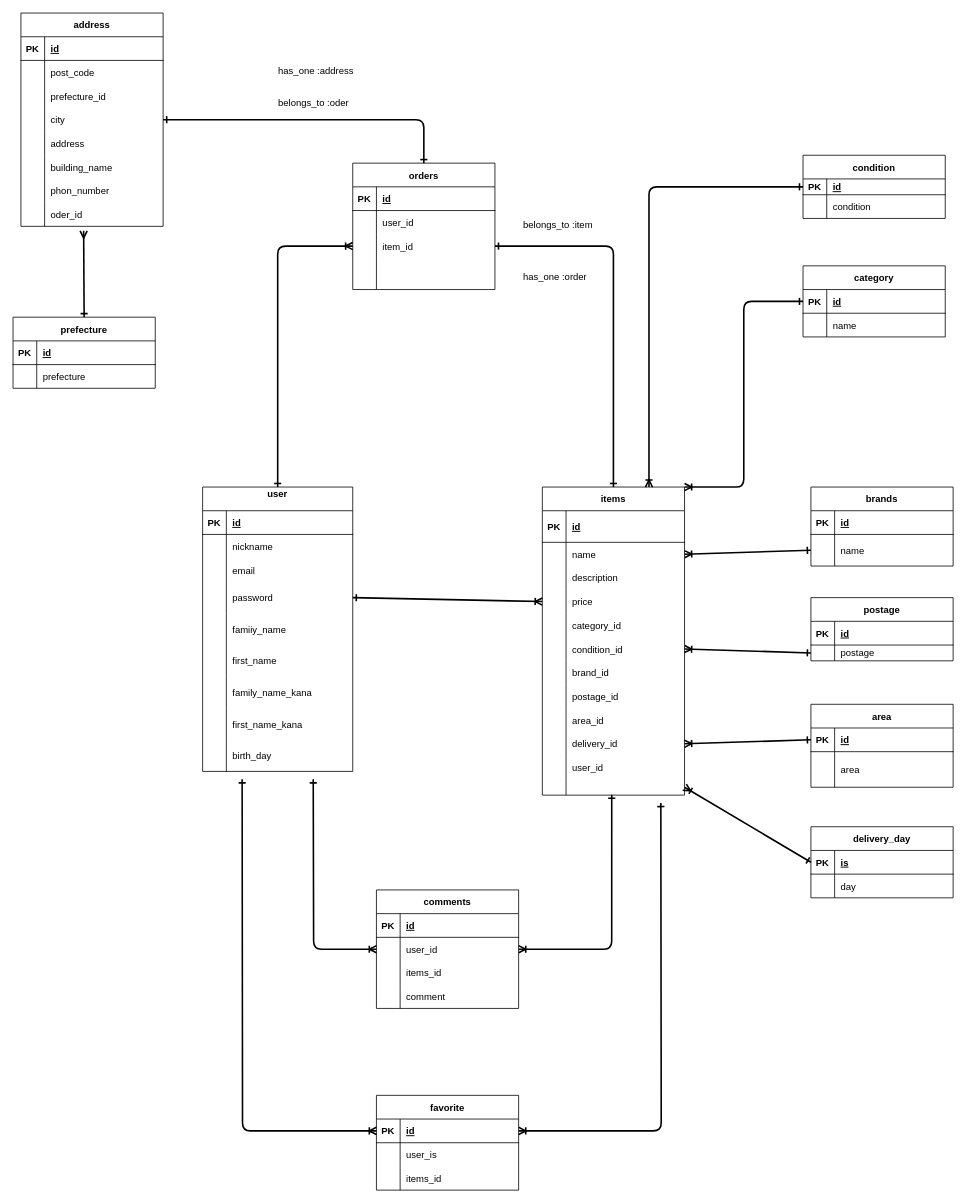
kenzamu/furima-38977 keeps this draw.io diagram as test.dio. Above is the earlier version. Source tidied: cells renumbered, new cells numbered last; positions are measured from the earlier drawing's top-left corner, leaving out a move shared by most shapes. Both pictures are drawn from the tidied source at 79%, with x=0, y=0 at pixel (13, 13).
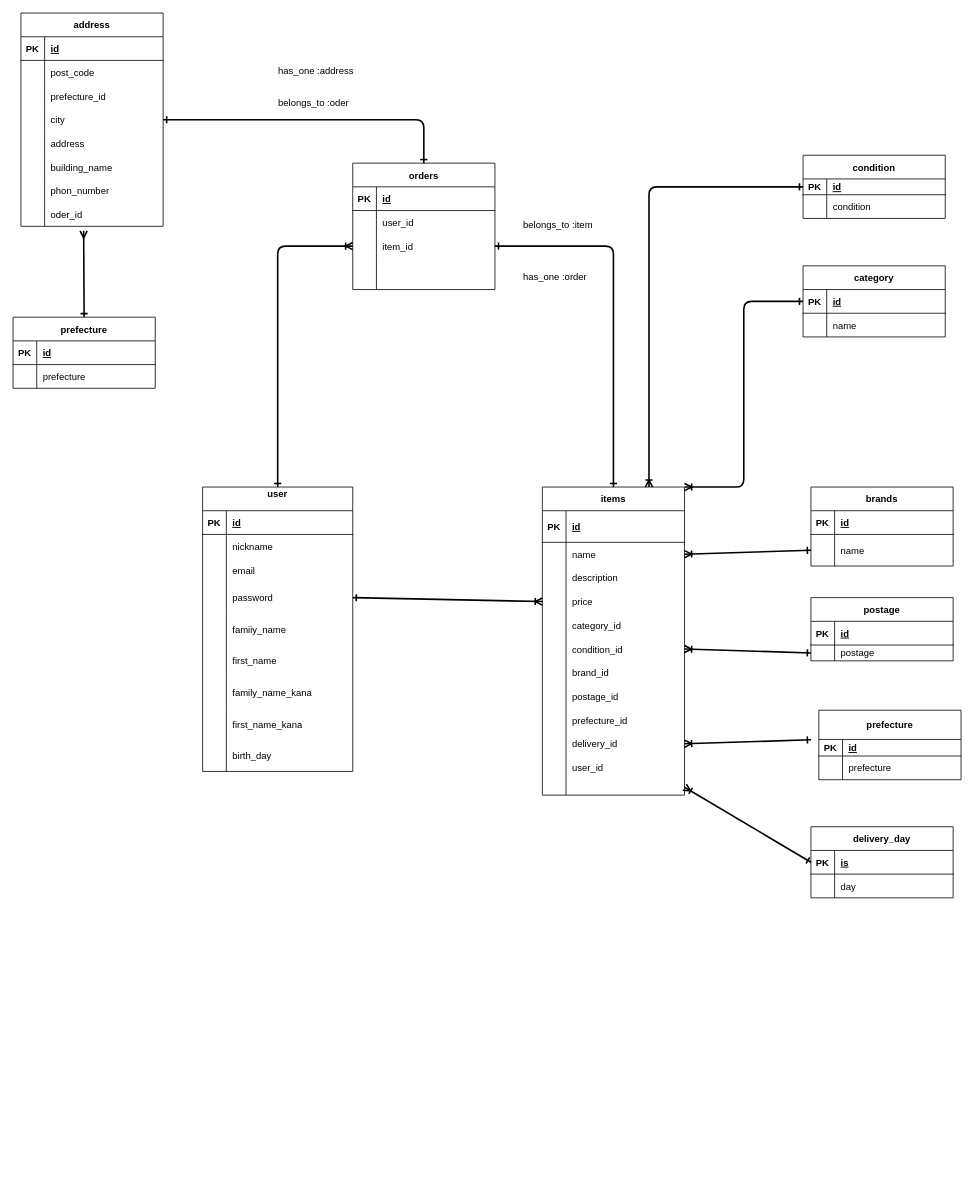
The same page after the edit.

Unchanged cells that the change refers to:
```xml
<mxCell id="56" style="shape=tableRow;horizontal=0;startSize=0;swimlaneHead=0;swimlaneBody=0;fillColor=none;top=0;left=0;right=0;bottom=0;" parent="31" vertex="1">
  <mxGeometry y="280" width="180" height="30" as="geometry" />
</mxCell>
<mxCell id="59" style="shape=tableRow;horizontal=0;startSize=0;swimlaneHead=0;swimlaneBody=0;fillColor=none;points=[[0,0.5],[1,0.5]];portConstraint=eastwest;top=0;left=0;right=0;bottom=0;" parent="31" vertex="1">
  <mxGeometry y="310" width="180" height="30" as="geometry" />
</mxCell>
<mxCell id="65" style="shape=tableRow;horizontal=0;startSize=0;swimlaneHead=0;swimlaneBody=0;fillColor=none;points=[[0,0.5],[1,0.5]];portConstraint=eastwest;top=0;left=0;right=0;bottom=0;" parent="31" vertex="1">
  <mxGeometry y="370" width="180" height="20" as="geometry" />
</mxCell>
```

Change to the diagram source:
```diff
@@
-    <mxCell id="58" value="area_id" style="shape=partialRectangle;fillColor=none;top=0;left=0;bottom=0;right=0;align=left;spacingLeft=6;overflow=hidden;" parent="56" vertex="1">
+    <mxCell id="58" value="prefecture_id" style="shape=partialRectangle;fillColor=none;top=0;left=0;bottom=0;right=0;align=left;spacingLeft=6;overflow=hidden;" parent="56" vertex="1">
       <mxGeometry x="30" width="150" height="30" as="geometry" />
     </mxCell>
@@
-    <mxCell id="120" value="comments" style="shape=table;startSize=30;childLayout=tableLayout;rowLines=0;fontStyle=1;align=center;" parent="1" vertex="1">
-      <mxGeometry x="460" y="1110" width="180" height="150" as="geometry" />
-    </mxCell>
-    <mxCell id="121" style="shape=tableRow;horizontal=0;startSize=0;swimlaneHead=0;swimlaneBody=0;fillColor=none;top=0;left=0;right=0;bottom=1;" parent="120" vertex="1">
-      <mxGeometry y="30" width="180" height="30" as="geometry" />
-    </mxCell>
-    <mxCell id="122" value="PK" style="shape=partialRectangle;fillColor=none;top=0;left=0;bottom=0;right=0;fontStyle=1;overflow=hidden;" parent="121" vertex="1">
-      <mxGeometry width="30" height="30" as="geometry" />
-    </mxCell>
-    <mxCell id="123" value="id" style="shape=partialRectangle;fillColor=none;top=0;left=0;bottom=0;right=0;align=left;spacingLeft=6;fontStyle=5;overflow=hidden;" parent="121" vertex="1">
-      <mxGeometry x="30" width="150" height="30" as="geometry" />
-    </mxCell>
-    <mxCell id="124" style="shape=tableRow;horizontal=0;startSize=0;swimlaneHead=0;swimlaneBody=0;fillColor=none;points=[[0,0.5],[1,0.5]];portConstraint=eastwest;top=0;left=0;right=0;bottom=0;" parent="120" vertex="1">
-      <mxGeometry y="60" width="180" height="30" as="geometry" />
-    </mxCell>
-    <mxCell id="125" style="shape=partialRectangle;fillColor=none;top=0;left=0;bottom=0;right=0;overflow=hidden;" parent="124" vertex="1">
-      <mxGeometry width="30" height="30" as="geometry" />
-    </mxCell>
-    <mxCell id="126" value="user_id" style="shape=partialRectangle;fillColor=none;top=0;left=0;bottom=0;right=0;align=left;spacingLeft=6;overflow=hidden;" parent="124" vertex="1">
-      <mxGeometry x="30" width="150" height="30" as="geometry" />
-    </mxCell>
-    <mxCell id="127" style="shape=tableRow;horizontal=0;startSize=0;swimlaneHead=0;swimlaneBody=0;fillColor=none;top=0;left=0;right=0;bottom=0;" parent="120" vertex="1">
-      <mxGeometry y="90" width="180" height="30" as="geometry" />
-    </mxCell>
-    <mxCell id="128" style="shape=partialRectangle;fillColor=none;top=0;left=0;bottom=0;right=0;overflow=hidden;" parent="127" vertex="1">
-      <mxGeometry width="30" height="30" as="geometry" />
-    </mxCell>
-    <mxCell id="129" value="items_id" style="shape=partialRectangle;fillColor=none;top=0;left=0;bottom=0;right=0;align=left;spacingLeft=6;overflow=hidden;" parent="127" vertex="1">
-      <mxGeometry x="30" width="150" height="30" as="geometry" />
-    </mxCell>
-    <mxCell id="130" style="shape=tableRow;horizontal=0;startSize=0;swimlaneHead=0;swimlaneBody=0;fillColor=none;top=0;left=0;right=0;bottom=0;" parent="120" vertex="1">
-      <mxGeometry y="120" width="180" height="30" as="geometry" />
-    </mxCell>
-    <mxCell id="131" style="shape=partialRectangle;fillColor=none;top=0;left=0;bottom=0;right=0;overflow=hidden;" parent="130" vertex="1">
-      <mxGeometry width="30" height="30" as="geometry" />
-    </mxCell>
-    <mxCell id="132" value="comment" style="shape=partialRectangle;fillColor=none;top=0;left=0;bottom=0;right=0;align=left;spacingLeft=6;overflow=hidden;" parent="130" vertex="1">
-      <mxGeometry x="30" width="150" height="30" as="geometry" />
-    </mxCell>
-    <mxCell id="133" style="edgeStyle=orthogonalEdgeStyle;html=1;exitX=0;exitY=0.5;exitDx=0;exitDy=0;strokeWidth=2;startArrow=ERoneToMany;startFill=0;endArrow=ERone;endFill=0;" parent="1" edge="1" source="124">
-      <mxGeometry relative="1" as="geometry">
-        <mxPoint x="380" y="970" as="targetPoint" />
-      </mxGeometry>
-    </mxCell>
-    <mxCell id="134" style="edgeStyle=orthogonalEdgeStyle;html=1;exitX=1;exitY=0.5;exitDx=0;exitDy=0;entryX=0.488;entryY=0.971;entryDx=0;entryDy=0;entryPerimeter=0;strokeWidth=2;startArrow=ERoneToMany;startFill=0;endArrow=ERone;endFill=0;" parent="1" edge="1" source="124" target="65">
-      <mxGeometry relative="1" as="geometry" />
-    </mxCell>
-    <mxCell id="135" value="favorite" style="shape=table;startSize=30;childLayout=tableLayout;rowLines=0;fontStyle=1;align=center;" parent="1" vertex="1">
-      <mxGeometry x="460" y="1370" width="180" height="120" as="geometry" />
-    </mxCell>
-    <mxCell id="136" style="shape=tableRow;horizontal=0;startSize=0;swimlaneHead=0;swimlaneBody=0;fillColor=none;points=[[0,0.5],[1,0.5]];portConstraint=eastwest;top=0;left=0;right=0;bottom=1;" parent="135" vertex="1">
-      <mxGeometry y="30" width="180" height="30" as="geometry" />
-    </mxCell>
-    <mxCell id="137" value="PK" style="shape=partialRectangle;fillColor=none;top=0;left=0;bottom=0;right=0;fontStyle=1;overflow=hidden;" parent="136" vertex="1">
-      <mxGeometry width="30" height="30" as="geometry" />
-    </mxCell>
-    <mxCell id="138" value="id" style="shape=partialRectangle;fillColor=none;top=0;left=0;bottom=0;right=0;align=left;spacingLeft=6;fontStyle=5;overflow=hidden;" parent="136" vertex="1">
-      <mxGeometry x="30" width="150" height="30" as="geometry" />
-    </mxCell>
-    <mxCell id="139" style="shape=tableRow;horizontal=0;startSize=0;swimlaneHead=0;swimlaneBody=0;fillColor=none;top=0;left=0;right=0;bottom=0;" parent="135" vertex="1">
-      <mxGeometry y="60" width="180" height="30" as="geometry" />
-    </mxCell>
-    <mxCell id="140" style="shape=partialRectangle;fillColor=none;top=0;left=0;bottom=0;right=0;overflow=hidden;" parent="139" vertex="1">
-      <mxGeometry width="30" height="30" as="geometry" />
-    </mxCell>
-    <mxCell id="141" value="user_is" style="shape=partialRectangle;fillColor=none;top=0;left=0;bottom=0;right=0;align=left;spacingLeft=6;overflow=hidden;" parent="139" vertex="1">
-      <mxGeometry x="30" width="150" height="30" as="geometry" />
-    </mxCell>
-    <mxCell id="142" style="shape=tableRow;horizontal=0;startSize=0;swimlaneHead=0;swimlaneBody=0;fillColor=none;top=0;left=0;right=0;bottom=0;" parent="135" vertex="1">
-      <mxGeometry y="90" width="180" height="30" as="geometry" />
-    </mxCell>
-    <mxCell id="143" style="shape=partialRectangle;fillColor=none;top=0;left=0;bottom=0;right=0;overflow=hidden;" parent="142" vertex="1">
-      <mxGeometry width="30" height="30" as="geometry" />
-    </mxCell>
-    <mxCell id="144" value="items_id" style="shape=partialRectangle;fillColor=none;top=0;left=0;bottom=0;right=0;align=left;spacingLeft=6;overflow=hidden;" parent="142" vertex="1">
-      <mxGeometry x="30" width="150" height="30" as="geometry" />
-    </mxCell>
-    <mxCell id="145" style="edgeStyle=orthogonalEdgeStyle;html=1;exitX=1;exitY=0.5;exitDx=0;exitDy=0;strokeWidth=2;startArrow=ERoneToMany;startFill=0;endArrow=ERone;endFill=0;" parent="1" edge="1" source="136">
-      <mxGeometry relative="1" as="geometry">
-        <mxPoint x="820" y="1000" as="targetPoint" />
-      </mxGeometry>
-    </mxCell>
-    <mxCell id="146" style="edgeStyle=orthogonalEdgeStyle;html=1;exitX=0;exitY=0.5;exitDx=0;exitDy=0;strokeWidth=2;startArrow=ERoneToMany;startFill=0;endArrow=ERone;endFill=0;" parent="1" edge="1" source="136">
-      <mxGeometry relative="1" as="geometry">
-        <mxPoint x="290" y="970" as="targetPoint" />
-      </mxGeometry>
-    </mxCell>
@@
-    <mxCell id="180" value="area" style="shape=table;startSize=30;childLayout=tableLayout;rowLines=0;fontStyle=1;align=center;" parent="1" vertex="1">
-      <mxGeometry x="1010" y="875" width="180" height="105" as="geometry" />
-    </mxCell>
-    <mxCell id="181" style="shape=tableRow;horizontal=0;startSize=0;swimlaneHead=0;swimlaneBody=0;fillColor=none;points=[[0,0.5],[1,0.5]];portConstraint=eastwest;top=0;left=0;right=0;bottom=1;" parent="180" vertex="1">
-      <mxGeometry y="30" width="180" height="30" as="geometry" />
-    </mxCell>
-    <mxCell id="182" value="PK" style="shape=partialRectangle;fillColor=none;top=0;left=0;bottom=0;right=0;fontStyle=1;overflow=hidden;" parent="181" vertex="1">
-      <mxGeometry width="30" height="30" as="geometry" />
-    </mxCell>
-    <mxCell id="183" value="id" style="shape=partialRectangle;fillColor=none;top=0;left=0;bottom=0;right=0;align=left;spacingLeft=6;fontStyle=5;overflow=hidden;" parent="181" vertex="1">
-      <mxGeometry x="30" width="150" height="30" as="geometry" />
-    </mxCell>
-    <mxCell id="184" style="shape=tableRow;horizontal=0;startSize=0;swimlaneHead=0;swimlaneBody=0;fillColor=none;top=0;left=0;right=0;bottom=0;" parent="180" vertex="1">
-      <mxGeometry y="60" width="180" height="45" as="geometry" />
-    </mxCell>
-    <mxCell id="185" style="shape=partialRectangle;fillColor=none;top=0;left=0;bottom=0;right=0;overflow=hidden;" parent="184" vertex="1">
-      <mxGeometry width="30" height="45" as="geometry" />
-    </mxCell>
-    <mxCell id="186" value="area" style="shape=partialRectangle;fillColor=none;top=0;left=0;bottom=0;right=0;align=left;spacingLeft=6;overflow=hidden;" parent="184" vertex="1">
-      <mxGeometry x="30" width="150" height="45" as="geometry" />
-    </mxCell>
-    <mxCell id="187" style="edgeStyle=none;html=1;exitX=0;exitY=0.5;exitDx=0;exitDy=0;entryX=1;entryY=0.5;entryDx=0;entryDy=0;strokeWidth=2;startArrow=ERone;startFill=0;endArrow=ERoneToMany;endFill=0;elbow=vertical;" parent="1" edge="1" source="181" target="59">
-      <mxGeometry relative="1" as="geometry" />
+    <mxCell id="187" style="edgeStyle=none;html=1;exitX=0;exitY=0.5;exitDx=0;exitDy=0;entryX=1;entryY=0.5;entryDx=0;entryDy=0;strokeWidth=2;startArrow=ERone;startFill=0;endArrow=ERoneToMany;endFill=0;elbow=vertical;" parent="1" edge="1" target="59">
+      <mxGeometry relative="1" as="geometry">
+        <mxPoint x="1010" y="920" as="sourcePoint" />
+      </mxGeometry>
     </mxCell>
@@
+    <mxCell id="198" value="prefecture" style="shape=table;startSize=37;childLayout=tableLayout;rowLines=0;fontStyle=1;align=center;" parent="1" vertex="1">
+      <mxGeometry x="1020" y="882.5" width="180" height="88" as="geometry" />
+    </mxCell>
+    <mxCell id="199" style="shape=tableRow;horizontal=0;startSize=0;swimlaneHead=0;swimlaneBody=0;fillColor=none;top=0;left=0;right=0;bottom=1;" parent="198" vertex="1">
+      <mxGeometry y="37" width="180" height="21" as="geometry" />
+    </mxCell>
+    <mxCell id="200" value="PK" style="shape=partialRectangle;fillColor=none;top=0;left=0;bottom=0;right=0;fontStyle=1;overflow=hidden;" parent="199" vertex="1">
+      <mxGeometry width="30" height="21" as="geometry" />
+    </mxCell>
+    <mxCell id="201" value="id" style="shape=partialRectangle;fillColor=none;top=0;left=0;bottom=0;right=0;align=left;spacingLeft=6;fontStyle=5;overflow=hidden;" parent="199" vertex="1">
+      <mxGeometry x="30" width="150" height="21" as="geometry" />
+    </mxCell>
+    <mxCell id="202" style="shape=tableRow;horizontal=0;startSize=0;swimlaneHead=0;swimlaneBody=0;fillColor=none;top=0;left=0;right=0;bottom=0;" parent="198" vertex="1">
+      <mxGeometry y="58" width="180" height="30" as="geometry" />
+    </mxCell>
+    <mxCell id="203" style="shape=partialRectangle;fillColor=none;top=0;left=0;bottom=0;right=0;overflow=hidden;" parent="202" vertex="1">
+      <mxGeometry width="30" height="30" as="geometry" />
+    </mxCell>
+    <mxCell id="204" value="prefecture" style="shape=partialRectangle;fillColor=none;top=0;left=0;bottom=0;right=0;align=left;spacingLeft=6;overflow=hidden;" parent="202" vertex="1">
+      <mxGeometry x="30" width="150" height="30" as="geometry" />
+    </mxCell>
```
